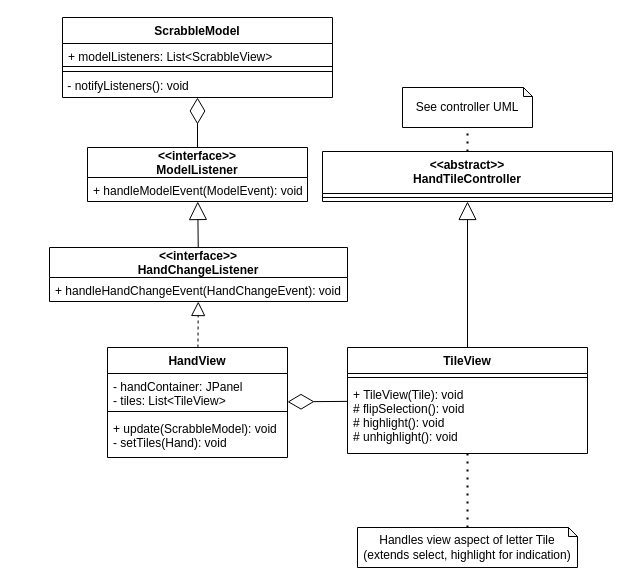
Before: page "HandView" (1 of 2) of UML/M2/HandGUI.drawio in trk20/Scuffle, a draw.io diagram. Source tidied: cells renumbered, new cells numbered last; positions are measured from the earlier drawing's top-left corner, leaving out a move shared by most shapes. Both pictures are drawn from the tidied source at 100%, with x=0, y=0 at pixel (49, 17).
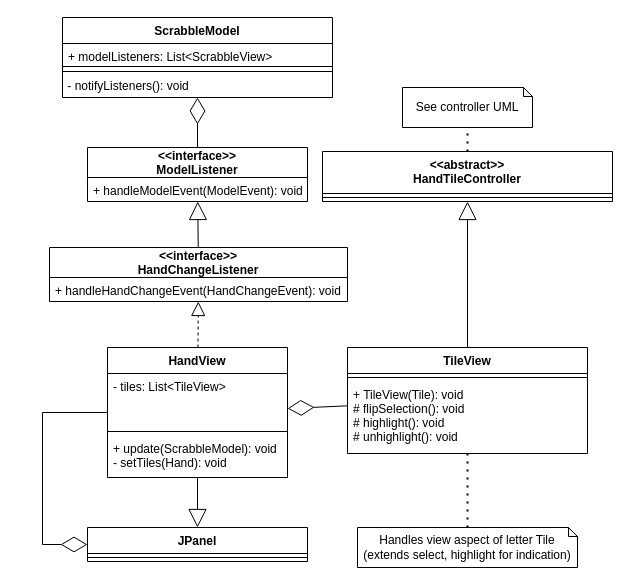
After the change.

Change to the diagram source:
```diff
@@
     <mxCell id="2" value="HandView" style="swimlane;fontStyle=1;align=center;verticalAlign=top;horizontal=1;startSize=26;" parent="1" vertex="1">
-      <mxGeometry x="58" y="330" width="180" height="110" as="geometry" />
+      <mxGeometry x="58" y="330" width="180" height="130" as="geometry" />
     </mxCell>
-    <mxCell id="3" value="- handContainer: JPanel&#10;- tiles: List&lt;TileView&gt;" style="text;strokeColor=none;fillColor=none;align=left;verticalAlign=top;spacingLeft=4;spacingRight=4;overflow=hidden;" parent="2" vertex="1">
-      <mxGeometry y="26" width="180" height="34" as="geometry" />
+    <mxCell id="3" value="- tiles: List&lt;TileView&gt;&#10;" style="text;strokeColor=none;fillColor=none;align=left;verticalAlign=top;spacingLeft=4;spacingRight=4;overflow=hidden;" parent="2" vertex="1">
+      <mxGeometry y="26" width="180" height="54" as="geometry" />
     </mxCell>
     <mxCell id="4" style="line;strokeWidth=1;fillColor=none;align=left;verticalAlign=middle;spacingTop=-1;spacingLeft=3;spacingRight=3;labelPosition=right;" parent="2" vertex="1">
-      <mxGeometry y="60" width="180" height="8" as="geometry" />
+      <mxGeometry y="80" width="180" height="8" as="geometry" />
     </mxCell>
     <mxCell id="5" value="+ update(ScrabbleModel): void&#10;- setTiles(Hand): void" style="text;strokeColor=none;fillColor=none;align=left;verticalAlign=top;spacingLeft=4;spacingRight=4;overflow=hidden;" parent="2" vertex="1">
-      <mxGeometry y="68" width="180" height="42" as="geometry" />
+      <mxGeometry y="88" width="180" height="42" as="geometry" />
     </mxCell>
@@
+    <mxCell id="29" value="JPanel" style="swimlane;fontStyle=1;align=center;verticalAlign=top;horizontal=1;startSize=26;" parent="1" vertex="1">
+      <mxGeometry x="38" y="510" width="220" height="34" as="geometry" />
+    </mxCell>
+    <mxCell id="30" style="line;strokeWidth=1;fillColor=none;align=left;verticalAlign=middle;spacingTop=-1;spacingLeft=3;spacingRight=3;labelPosition=right;" parent="29" vertex="1">
+      <mxGeometry y="26" width="220" height="8" as="geometry" />
+    </mxCell>
+    <mxCell id="31" style="endArrow=block;endSize=16;endFill=0;html=1;rounded=0;" parent="1" edge="1" source="2" target="29">
+      <mxGeometry relative="1" as="geometry" />
+    </mxCell>
+    <mxCell id="32" style="endArrow=diamondThin;endFill=0;endSize=24;html=1;rounded=0;" parent="1" edge="1" source="2" target="29">
+      <mxGeometry relative="1" as="geometry">
+        <Array as="points">
+          <mxPoint x="-7" y="395" />
+          <mxPoint x="-7" y="527" />
+        </Array>
+      </mxGeometry>
+    </mxCell>
```
